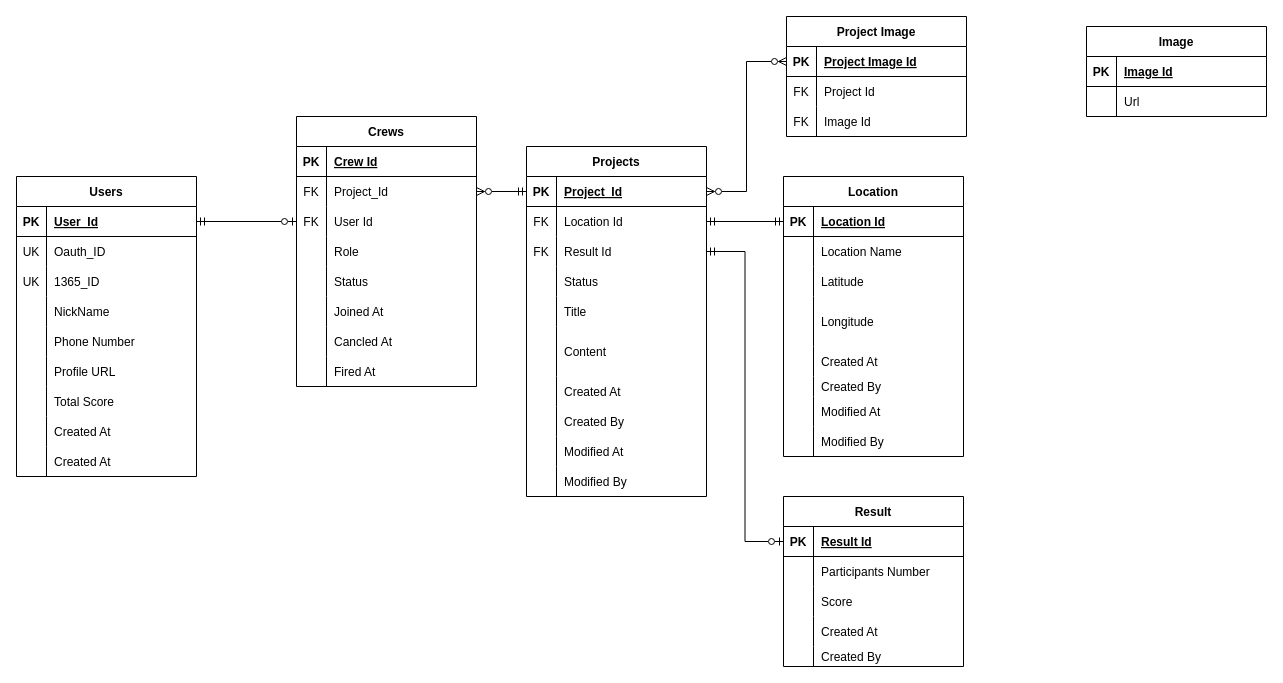
Before: document/ERD.drawio in dev1week/Flogging, a draw.io diagram. Source tidied: cells renumbered, new cells numbered last; positions are measured from the earlier drawing's top-left corner, leaving out a move shared by most shapes. Both pictures are drawn from the tidied source at 100%, with x=0, y=0 at pixel (16, 16).
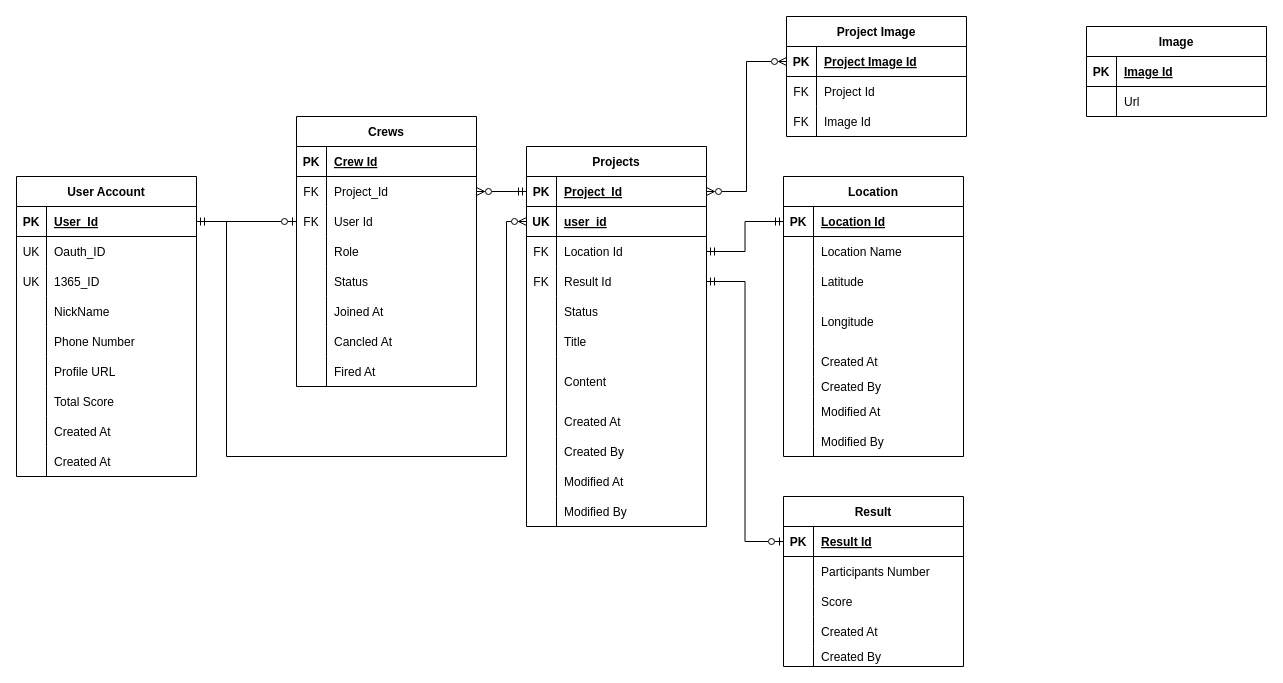
Above is the later version.

Commit message:
#0 ERD 업데이트

The change refers to these unchanged cells:
```xml
<mxCell id="3" style="shape=tableRow;horizontal=0;startSize=0;swimlaneHead=0;swimlaneBody=0;fillColor=none;points=[[0,0.5],[1,0.5]];portConstraint=eastwest;top=0;left=0;right=0;bottom=1;" parent="2" vertex="1">
  <mxGeometry y="30" width="180" height="30" as="geometry" />
</mxCell>
```

The edit, as a diff of the source:
```diff
@@
-    <mxCell id="2" value="Users" style="shape=table;startSize=30;childLayout=tableLayout;rowLines=0;fontStyle=1;align=center;" parent="1" vertex="1">
+    <mxCell id="2" value="User Account" style="shape=table;startSize=30;childLayout=tableLayout;rowLines=0;fontStyle=1;align=center;" parent="1" vertex="1">
       <mxGeometry y="160" width="180" height="300" as="geometry" />
     </mxCell>
@@
     <mxCell id="30" value="Projects" style="shape=table;startSize=30;childLayout=tableLayout;rowLines=0;fontStyle=1;align=center;" parent="1" vertex="1">
-      <mxGeometry x="510" y="130" width="180" height="350" as="geometry" />
+      <mxGeometry x="510" y="130" width="180" height="380" as="geometry" />
     </mxCell>
@@
+    <mxCell id="149" style="shape=tableRow;horizontal=0;startSize=0;swimlaneHead=0;swimlaneBody=0;fillColor=none;points=[[0,0.5],[1,0.5]];portConstraint=eastwest;top=0;left=0;right=0;bottom=1;" parent="30" vertex="1">
+      <mxGeometry y="60" width="180" height="30" as="geometry" />
+    </mxCell>
+    <mxCell id="150" value="UK" style="shape=partialRectangle;fillColor=none;top=0;left=0;bottom=0;right=0;fontStyle=1;overflow=hidden;" parent="149" vertex="1">
+      <mxGeometry width="30" height="30" as="geometry" />
+    </mxCell>
+    <mxCell id="151" value="user_id" style="shape=partialRectangle;fillColor=none;top=0;left=0;bottom=0;right=0;align=left;spacingLeft=6;fontStyle=5;overflow=hidden;" parent="149" vertex="1">
+      <mxGeometry x="30" width="150" height="30" as="geometry" />
+    </mxCell>
     <mxCell id="34" style="shape=tableRow;horizontal=0;startSize=0;swimlaneHead=0;swimlaneBody=0;fillColor=none;points=[[0,0.5],[1,0.5]];portConstraint=eastwest;top=0;left=0;right=0;bottom=0;" parent="30" vertex="1">
-      <mxGeometry y="60" width="180" height="30" as="geometry" />
+      <mxGeometry y="90" width="180" height="30" as="geometry" />
     </mxCell>
@@
     <mxCell id="37" style="shape=tableRow;horizontal=0;startSize=0;swimlaneHead=0;swimlaneBody=0;fillColor=none;points=[[0,0.5],[1,0.5]];portConstraint=eastwest;top=0;left=0;right=0;bottom=0;" parent="30" vertex="1">
-      <mxGeometry y="90" width="180" height="30" as="geometry" />
+      <mxGeometry y="120" width="180" height="30" as="geometry" />
     </mxCell>
@@
     <mxCell id="40" style="shape=tableRow;horizontal=0;startSize=0;swimlaneHead=0;swimlaneBody=0;fillColor=none;top=0;left=0;right=0;bottom=0;" parent="30" vertex="1">
-      <mxGeometry y="120" width="180" height="30" as="geometry" />
+      <mxGeometry y="150" width="180" height="30" as="geometry" />
     </mxCell>
@@
     <mxCell id="43" style="shape=tableRow;horizontal=0;startSize=0;swimlaneHead=0;swimlaneBody=0;fillColor=none;top=0;left=0;right=0;bottom=0;" parent="30" vertex="1">
-      <mxGeometry y="150" width="180" height="30" as="geometry" />
+      <mxGeometry y="180" width="180" height="30" as="geometry" />
     </mxCell>
@@
     <mxCell id="46" style="shape=tableRow;horizontal=0;startSize=0;swimlaneHead=0;swimlaneBody=0;fillColor=none;top=0;left=0;right=0;bottom=0;" parent="30" vertex="1">
-      <mxGeometry y="180" width="180" height="50" as="geometry" />
+      <mxGeometry y="210" width="180" height="50" as="geometry" />
     </mxCell>
@@
     <mxCell id="49" style="shape=tableRow;horizontal=0;startSize=0;swimlaneHead=0;swimlaneBody=0;fillColor=none;top=0;left=0;right=0;bottom=0;" parent="30" vertex="1">
-      <mxGeometry y="230" width="180" height="30" as="geometry" />
+      <mxGeometry y="260" width="180" height="30" as="geometry" />
     </mxCell>
@@
     <mxCell id="52" style="shape=tableRow;horizontal=0;startSize=0;swimlaneHead=0;swimlaneBody=0;fillColor=none;top=0;left=0;right=0;bottom=0;" parent="30" vertex="1">
-      <mxGeometry y="260" width="180" height="30" as="geometry" />
+      <mxGeometry y="290" width="180" height="30" as="geometry" />
     </mxCell>
@@
     <mxCell id="55" style="shape=tableRow;horizontal=0;startSize=0;swimlaneHead=0;swimlaneBody=0;fillColor=none;top=0;left=0;right=0;bottom=0;" parent="30" vertex="1">
-      <mxGeometry y="290" width="180" height="30" as="geometry" />
+      <mxGeometry y="320" width="180" height="30" as="geometry" />
     </mxCell>
@@
     <mxCell id="58" style="shape=tableRow;horizontal=0;startSize=0;swimlaneHead=0;swimlaneBody=0;fillColor=none;top=0;left=0;right=0;bottom=0;" parent="30" vertex="1">
-      <mxGeometry y="320" width="180" height="30" as="geometry" />
+      <mxGeometry y="350" width="180" height="30" as="geometry" />
     </mxCell>
@@
+    <mxCell id="152" style="edgeStyle=orthogonalEdgeStyle;rounded=0;jettySize=auto;html=1;exitX=1;exitY=0.5;exitDx=0;exitDy=0;entryX=0;entryY=0.5;entryDx=0;entryDy=0;endArrow=ERzeroToMany;endFill=0;" parent="1" edge="1" source="3" target="149">
+      <mxGeometry relative="1" as="geometry">
+        <Array as="points">
+          <mxPoint x="210" y="205" />
+          <mxPoint x="210" y="440" />
+          <mxPoint x="490" y="440" />
+          <mxPoint x="490" y="205" />
+        </Array>
+      </mxGeometry>
+    </mxCell>
```
